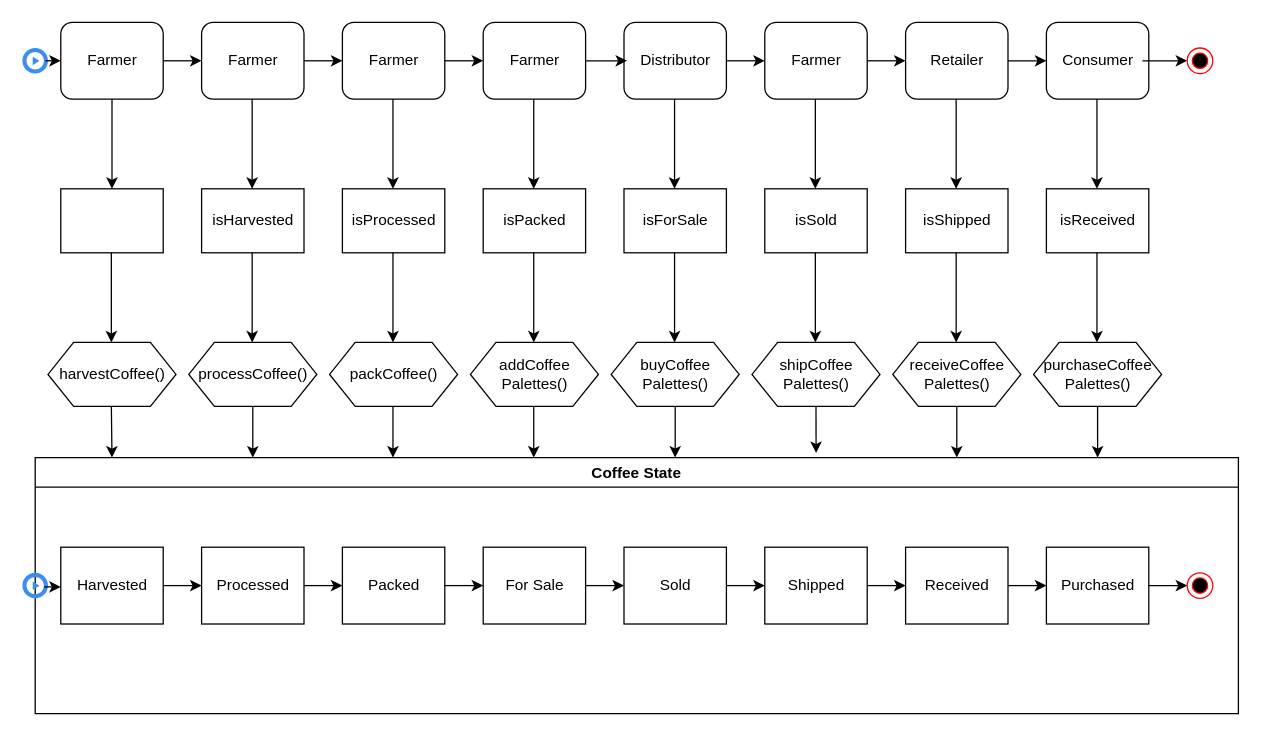
The draw.io diagram docs/state_diagram.drawio in bilou12/dapp-supply-chain-coffee, before the edit. Source tidied: cells renumbered, new cells numbered last; positions are measured from the earlier drawing's top-left corner, leaving out a move shared by most shapes. Both pictures are drawn from the tidied source at 128%, with x=0, y=0 at pixel (22, 22).
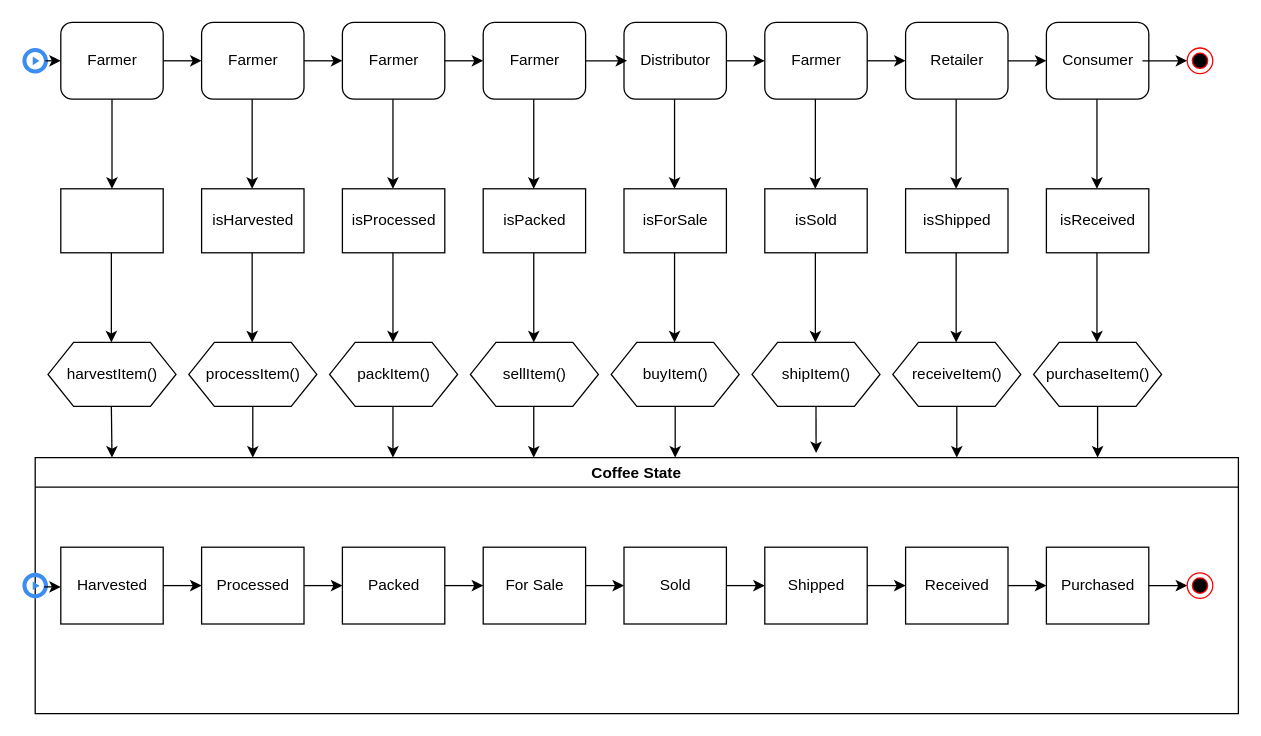
The same page after the edit.

The edit, as a diff of the source:
```diff
@@
-    <mxCell id="36" value="harvestCoffee()" style="text;html=1;align=center;verticalAlign=middle;fillColor=none;strokeColor=none;rounded=0;" parent="1" vertex="1">
-      <mxGeometry x="20" y="265" width="100" height="20" as="geometry" />
+    <mxCell id="36" value="harvestItem()" style="text;html=1;align=center;verticalAlign=middle;fillColor=none;strokeColor=none;rounded=0;" parent="1" vertex="1">
+      <mxGeometry x="25" y="265" width="90" height="20" as="geometry" />
     </mxCell>
@@
-    <mxCell id="38" value="processCoffee()" style="text;html=1;align=center;verticalAlign=middle;fillColor=none;strokeColor=none;rounded=0;" parent="1" vertex="1">
-      <mxGeometry x="130" y="265" width="100" height="20" as="geometry" />
+    <mxCell id="38" value="processItem()" style="text;html=1;align=center;verticalAlign=middle;fillColor=none;strokeColor=none;rounded=0;" parent="1" vertex="1">
+      <mxGeometry x="135" y="265" width="90" height="20" as="geometry" />
     </mxCell>
@@
-    <mxCell id="40" value="packCoffee()" style="text;html=1;align=center;verticalAlign=middle;fillColor=none;strokeColor=none;rounded=0;" parent="1" vertex="1">
-      <mxGeometry x="250" y="265" width="80" height="20" as="geometry" />
+    <mxCell id="40" value="packItem()" style="text;html=1;align=center;verticalAlign=middle;fillColor=none;strokeColor=none;rounded=0;" parent="1" vertex="1">
+      <mxGeometry x="255" y="265" width="70" height="20" as="geometry" />
     </mxCell>
@@
-    <mxCell id="44" value="addCoffee&lt;br&gt;Palettes()" style="text;html=1;align=center;verticalAlign=middle;fillColor=none;strokeColor=none;rounded=0;" parent="1" vertex="1">
-      <mxGeometry x="365" y="260" width="70" height="30" as="geometry" />
+    <mxCell id="44" value="sellItem()" style="text;html=1;align=center;verticalAlign=middle;fillColor=none;strokeColor=none;rounded=0;" parent="1" vertex="1">
+      <mxGeometry x="365" y="265" width="70" height="20" as="geometry" />
     </mxCell>
@@
-    <mxCell id="48" value="buyCoffee&lt;br&gt;Palettes()" style="text;html=1;align=center;verticalAlign=middle;fillColor=none;strokeColor=none;rounded=0;" parent="1" vertex="1">
-      <mxGeometry x="475" y="260" width="70" height="30" as="geometry" />
+    <mxCell id="48" value="buyItem()" style="text;html=1;align=center;verticalAlign=middle;fillColor=none;strokeColor=none;rounded=0;" parent="1" vertex="1">
+      <mxGeometry x="475" y="265" width="70" height="20" as="geometry" />
     </mxCell>
@@
-    <mxCell id="52" value="shipCoffee&lt;br&gt;Palettes()" style="text;html=1;align=center;verticalAlign=middle;fillColor=none;strokeColor=none;rounded=0;" parent="1" vertex="1">
-      <mxGeometry x="585" y="260" width="70" height="30" as="geometry" />
+    <mxCell id="52" value="shipItem()" style="text;html=1;align=center;verticalAlign=middle;fillColor=none;strokeColor=none;rounded=0;" parent="1" vertex="1">
+      <mxGeometry x="585" y="265" width="70" height="20" as="geometry" />
     </mxCell>
@@
-    <mxCell id="54" value="receiveCoffee&lt;br&gt;Palettes()" style="text;html=1;align=center;verticalAlign=middle;fillColor=none;strokeColor=none;rounded=0;" parent="1" vertex="1">
-      <mxGeometry x="685" y="260" width="90" height="30" as="geometry" />
+    <mxCell id="54" value="receiveItem()" style="text;html=1;align=center;verticalAlign=middle;fillColor=none;strokeColor=none;rounded=0;" parent="1" vertex="1">
+      <mxGeometry x="685" y="265" width="90" height="20" as="geometry" />
     </mxCell>
@@
-    <mxCell id="111" value="purchaseCoffee&lt;br&gt;Palettes()" style="text;html=1;align=center;verticalAlign=middle;fillColor=none;strokeColor=none;rounded=0;" parent="1" vertex="1">
-      <mxGeometry x="790" y="260" width="100" height="30" as="geometry" />
+    <mxCell id="111" value="purchaseItem()" style="text;html=1;align=center;verticalAlign=middle;fillColor=none;strokeColor=none;rounded=0;" parent="1" vertex="1">
+      <mxGeometry x="790" y="265" width="100" height="20" as="geometry" />
     </mxCell>
```
